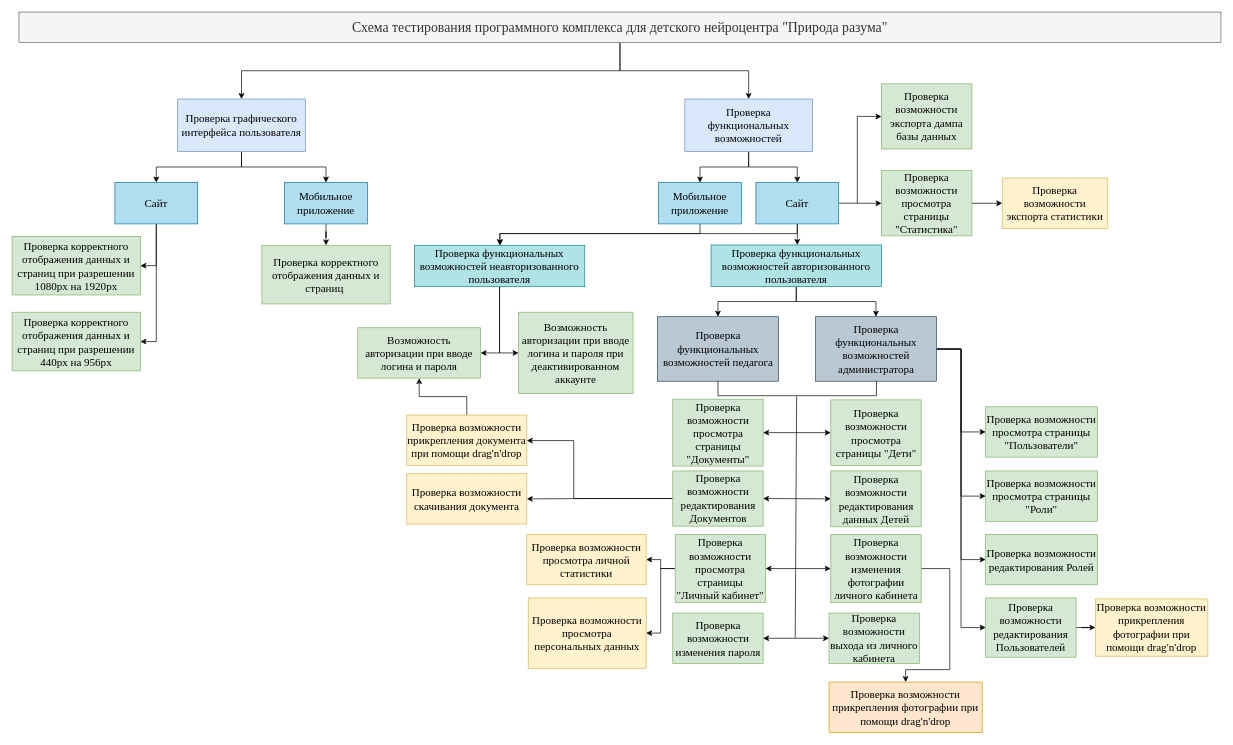
The draw.io diagram drawio/test_scheme.drawio in slsforme/prirodaRazumaSoftwareSystem, before the edit. Source tidied: cells renumbered, new cells numbered last; positions are measured from the earlier drawing's top-left corner, leaving out a move shared by most shapes. Both pictures are drawn from the tidied source at 69%, with x=0, y=0 at pixel (12, 12).
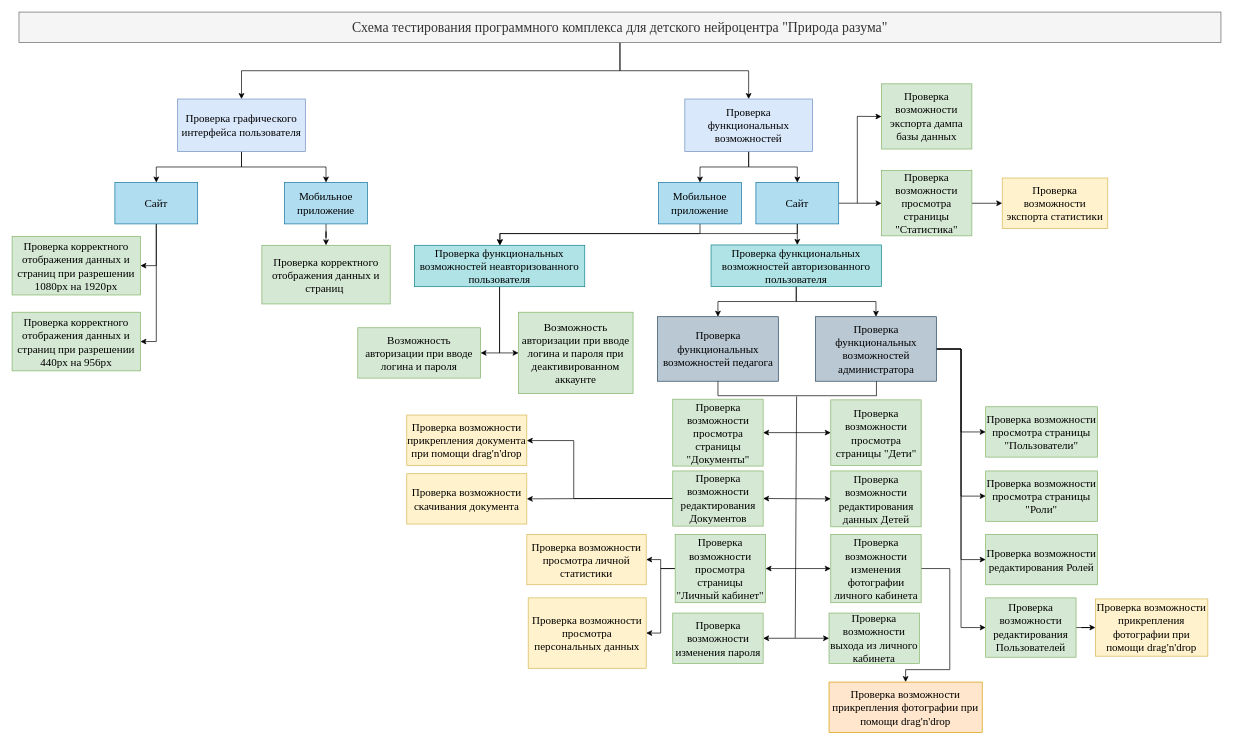
Above is the later version.

Unchanged cells that the change refers to:
```xml
<mxCell id="28" value="Возможность авторизации при вводе логина и пароля" style="rounded=0;whiteSpace=wrap;html=1;fillColor=#d5e8d4;strokeColor=#82b366;fontFamily=Garamond;fontSize=16;" parent="1" vertex="1">
  <mxGeometry x="501" y="457.5" width="178" height="73" as="geometry" />
</mxCell>
<mxCell id="66" value="Проверка возможности прикрепления документа при помощи drag'n'drop" style="rounded=0;whiteSpace=wrap;html=1;fontFamily=Garamond;fillColor=#fff2cc;strokeColor=#d6b656;fontSize=16;" parent="1" vertex="1">
  <mxGeometry x="572" y="584" width="174" height="73" as="geometry" />
</mxCell>
```

What changed in the source:
```diff
@@
-    <mxCell id="65" style="edgeStyle=orthogonalEdgeStyle;rounded=0;jettySize=auto;html=1;" parent="1" edge="1" source="66" target="28">
-      <mxGeometry relative="1" as="geometry" />
-    </mxCell>
```
